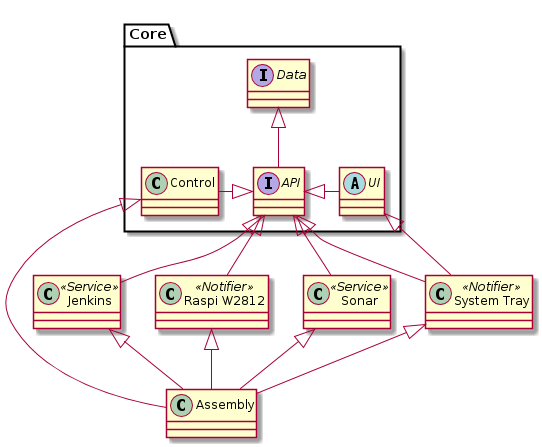
Earlier version of the PlantUML export src/uml/Main.png (kubovy/monitor). The source it was exported from:
```plantuml
@startuml
package Core {
  interface Data
  interface API
  abstract class UI
  class Control
}
class Jenkins <<Service>>
class Sonar <<Service>>
class "System Tray" as SystemTray <<Notifier>>
class "Raspi W2812" as RaspiW2812 <<Notifier>>
Data <|-- API
API <|-left- Control
API <|-- RaspiW2812
API <|-- SystemTray
API <|-right- UI
API <|-- Jenkins
API <|-- Sonar
UI <|-- SystemTray
Control <|-- Assembly
Jenkins <|-- Assembly
Sonar <|-- Assembly
SystemTray <|-- Assembly
RaspiW2812 <|-- Assembly
@enduml
```
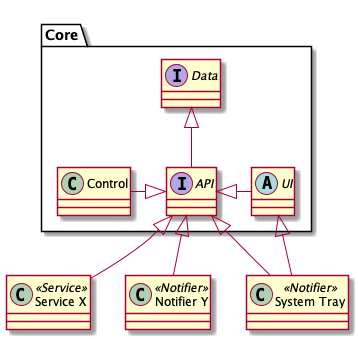
After the commit.

Diff of the diagram source:
```diff
@@ -5,21 +5,14 @@
   abstract class UI
   class Control
 }
-class Jenkins <<Service>>
-class Sonar <<Service>>
+class "Service X" as ServiceX <<Service>>
+class "Notifier Y" as NotifierY <<Notifier>>
 class "System Tray" as SystemTray <<Notifier>>
-class "Raspi W2812" as RaspiW2812 <<Notifier>>
 Data <|-- API
 API <|-left- Control
-API <|-- RaspiW2812
+API <|-right- UI
+API <|-- NotifierY
 API <|-- SystemTray
-API <|-right- UI
-API <|-- Jenkins
-API <|-- Sonar
+API <|-- ServiceX
 UI <|-- SystemTray
-Control <|-- Assembly
-Jenkins <|-- Assembly
-Sonar <|-- Assembly
-SystemTray <|-- Assembly
-RaspiW2812 <|-- Assembly
 @enduml
```
